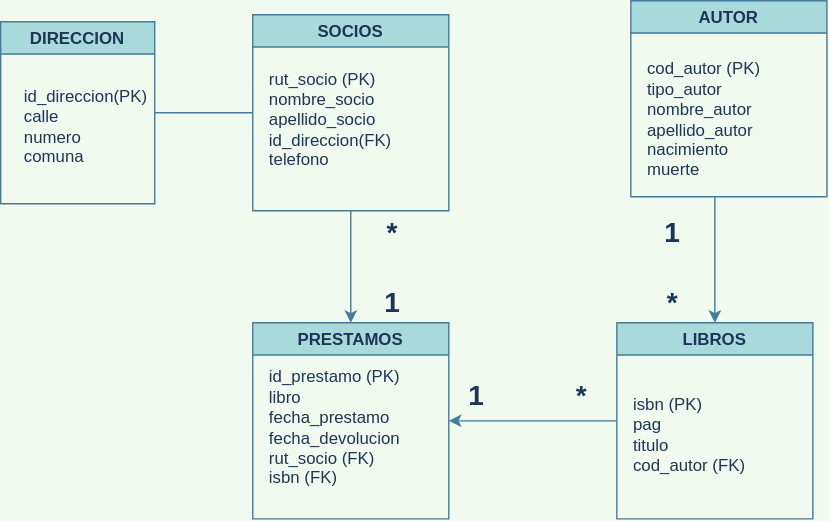
Earlier version of the draw.io export Modelo_Logico_02.svg (latiscool/BD_Bilbioteca_LTG). Source tidied: cells renumbered, new cells last; positions are measured from the earlier drawing's top-left corner, leaving out a move shared by most shapes.
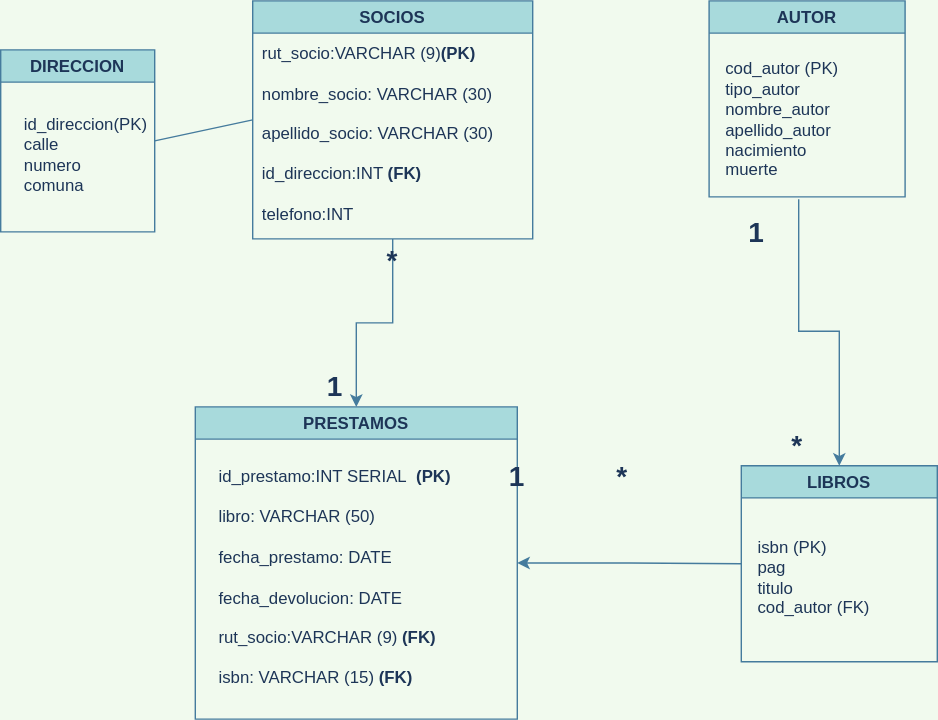
Above is the later version.

Change to the diagram source:
```diff
@@ -6,36 +6,34 @@
       <mxGeometry relative="1" as="geometry" />
     </mxCell>
     <mxCell id="3" value="SOCIOS" style="swimlane;fillColor=#A8DADC;strokeColor=#457B9D;fontColor=#1D3557;" parent="1" vertex="1">
-      <mxGeometry x="180" y="10" width="140" height="140" as="geometry" />
+      <mxGeometry x="180" y="-20" width="200" height="170" as="geometry" />
     </mxCell>
-    <mxCell id="4" value="&lt;blockquote style=&quot;margin: 0 0 0 40px ; border: none ; padding: 0px&quot;&gt;&lt;/blockquote&gt;&lt;span&gt;rut_socio (PK)&lt;/span&gt;&lt;br&gt;&lt;blockquote style=&quot;margin: 0 0 0 40px ; border: none ; padding: 0px&quot;&gt;&lt;/blockquote&gt;&lt;span&gt;nombre_socio&lt;/span&gt;&lt;br&gt;&lt;blockquote style=&quot;margin: 0 0 0 40px ; border: none ; padding: 0px&quot;&gt;&lt;/blockquote&gt;&lt;span&gt;apellido_socio&lt;/span&gt;&lt;br&gt;&lt;blockquote style=&quot;margin: 0 0 0 40px ; border: none ; padding: 0px&quot;&gt;&lt;/blockquote&gt;&lt;span&gt;id_direccion(FK)&lt;/span&gt;&lt;br&gt;&lt;span&gt;telefono&lt;/span&gt;" style="text;html=1;strokeColor=none;fillColor=none;align=left;verticalAlign=middle;whiteSpace=wrap;rounded=0;fontColor=#1D3557;" parent="3" vertex="1">
-      <mxGeometry x="10" y="20" width="120" height="110" as="geometry" />
+    <mxCell id="4" value="&lt;blockquote style=&quot;margin: 0 0 0 40px ; border: none ; padding: 0px&quot;&gt;&lt;/blockquote&gt;rut_socio:VARCHAR (9)&lt;b&gt;(PK)&lt;br&gt;&lt;br&gt;&lt;/b&gt;nombre_socio: VARCHAR (30)&lt;br&gt;&lt;br&gt;&lt;blockquote style=&quot;margin: 0 0 0 40px ; border: none ; padding: 0px&quot;&gt;&lt;/blockquote&gt;apellido_socio:&amp;nbsp;VARCHAR (30)&lt;br&gt;&lt;blockquote style=&quot;margin: 0 0 0 40px ; border: none ; padding: 0px&quot;&gt;&lt;/blockquote&gt;&lt;br&gt;id_direccion:INT &lt;b&gt;(FK)&lt;br&gt;&lt;/b&gt;&lt;br&gt;telefono:INT" style="text;html=1;strokeColor=none;fillColor=none;align=left;verticalAlign=middle;whiteSpace=wrap;rounded=0;fontColor=#1D3557;" parent="3" vertex="1">
+      <mxGeometry x="5" y="30" width="185" height="130" as="geometry" />
     </mxCell>
     <mxCell id="5" style="edgeStyle=orthogonalEdgeStyle;rounded=0;jettySize=auto;html=1;labelBackgroundColor=#F1FAEE;strokeColor=#457B9D;fontColor=#1D3557;endArrow=none;endFill=0;startArrow=classic;startFill=1;" parent="1" edge="1" source="6" target="10">
       <mxGeometry relative="1" as="geometry" />
     </mxCell>
     <mxCell id="6" value="PRESTAMOS" style="swimlane;startSize=23;fillColor=#A8DADC;strokeColor=#457B9D;fontColor=#1D3557;" parent="1" vertex="1">
-      <mxGeometry x="180" y="230" width="140" height="140" as="geometry" />
+      <mxGeometry x="139" y="270" width="230" height="223" as="geometry" />
     </mxCell>
     <mxCell id="7" value="&lt;font style=&quot;font-size: 20px;&quot;&gt;&lt;b style=&quot;font-size: 20px;&quot;&gt;1&lt;/b&gt;&lt;/font&gt;" style="text;html=1;strokeColor=none;fillColor=none;align=center;verticalAlign=middle;whiteSpace=wrap;rounded=0;fontSize=20;fontColor=#1D3557;" parent="6" vertex="1">
       <mxGeometry x="70" y="-30" width="60" height="30" as="geometry" />
     </mxCell>
-    <mxCell id="8" value="&lt;blockquote style=&quot;margin: 0 0 0 40px ; border: none ; padding: 0px&quot;&gt;&lt;/blockquote&gt;id_prestamo (PK)&lt;br&gt;libro&lt;br&gt;fecha_prestamo&lt;br&gt;fecha_devolucion&lt;br&gt;rut_socio (FK)&lt;br&gt;isbn (FK)" style="text;html=1;strokeColor=none;fillColor=none;align=left;verticalAlign=middle;whiteSpace=wrap;rounded=0;fontColor=#1D3557;" parent="6" vertex="1">
-      <mxGeometry x="10" y="20" width="130" height="110" as="geometry" />
+    <mxCell id="8" value="&lt;blockquote style=&quot;margin: 0 0 0 40px ; border: none ; padding: 0px&quot;&gt;&lt;/blockquote&gt;id_prestamo:INT SERIAL&amp;nbsp; &lt;b&gt;(PK)&lt;/b&gt;&lt;br&gt;&lt;br&gt;libro: VARCHAR (50)&lt;br&gt;&lt;br&gt;fecha_prestamo: DATE&lt;br&gt;&lt;br&gt;fecha_devolucion: DATE&lt;br&gt;&lt;br&gt;rut_socio:VARCHAR (9)&amp;nbsp;&lt;b&gt;(FK)&lt;/b&gt;&lt;br&gt;&amp;nbsp;&lt;br&gt;isbn: VARCHAR (15)&amp;nbsp;&lt;b&gt;(FK)&lt;/b&gt;" style="text;html=1;strokeColor=none;fillColor=none;align=left;verticalAlign=middle;whiteSpace=wrap;rounded=0;fontColor=#1D3557;" parent="6" vertex="1">
+      <mxGeometry x="15" y="30" width="200" height="183" as="geometry" />
     </mxCell>
-    <mxCell id="9" style="edgeStyle=orthogonalEdgeStyle;rounded=0;jettySize=auto;html=1;labelBackgroundColor=#F1FAEE;strokeColor=#457B9D;fontColor=#1D3557;exitX=0.5;exitY=1;exitDx=0;exitDy=0;entryX=0.5;entryY=0;entryDx=0;entryDy=0;" parent="1" edge="1" target="10">
-      <mxGeometry relative="1" as="geometry">
-        <mxPoint x="510" y="140" as="sourcePoint" />
-      </mxGeometry>
+    <mxCell id="9" style="edgeStyle=orthogonalEdgeStyle;rounded=0;jettySize=auto;html=1;labelBackgroundColor=#F1FAEE;strokeColor=#457B9D;fontColor=#1D3557;exitX=0.45;exitY=1.016;exitDx=0;exitDy=0;entryX=0.5;entryY=0;entryDx=0;entryDy=0;exitPerimeter=0;" parent="1" edge="1" source="13" target="10">
+      <mxGeometry relative="1" as="geometry" />
     </mxCell>
     <mxCell id="10" value="LIBROS" style="swimlane;startSize=23;fillColor=#A8DADC;strokeColor=#457B9D;fontColor=#1D3557;" parent="1" vertex="1">
-      <mxGeometry x="440" y="230" width="140" height="140" as="geometry" />
+      <mxGeometry x="529" y="312" width="140" height="140" as="geometry" />
     </mxCell>
     <mxCell id="11" value="&lt;div&gt;&lt;span&gt;isbn (PK)&lt;/span&gt;&lt;/div&gt;&lt;div&gt;&lt;span&gt;pag&lt;/span&gt;&lt;/div&gt;&lt;div&gt;&lt;span&gt;titulo&lt;/span&gt;&lt;/div&gt;&lt;div&gt;&lt;span&gt;cod_autor (FK)&lt;/span&gt;&lt;/div&gt;" style="text;html=1;strokeColor=none;fillColor=none;align=left;verticalAlign=middle;whiteSpace=wrap;rounded=0;sketch=0;fontColor=#1D3557;" parent="10" vertex="1">
       <mxGeometry x="10" y="30" width="110" height="100" as="geometry" />
     </mxCell>
     <mxCell id="12" value="AUTOR" style="swimlane;fillColor=#A8DADC;strokeColor=#457B9D;fontColor=#1D3557;" parent="1" vertex="1">
-      <mxGeometry x="450" width="140" height="140" as="geometry" />
+      <mxGeometry x="506" y="-20" width="140" height="140" as="geometry" />
     </mxCell>
     <mxCell id="13" value="cod_autor (PK)&lt;br&gt;tipo_autor&lt;br&gt;nombre_autor&lt;br&gt;apellido_autor&lt;br&gt;nacimiento&lt;br&gt;muerte" style="text;html=1;strokeColor=none;fillColor=none;align=left;verticalAlign=middle;whiteSpace=wrap;rounded=0;sketch=0;fontColor=#1D3557;" parent="12" vertex="1">
       <mxGeometry x="10" y="30" width="120" height="110" as="geometry" />
@@ -44,16 +42,16 @@
       <mxGeometry x="250" y="150" width="60" height="30" as="geometry" />
     </mxCell>
     <mxCell id="15" value="&lt;font style=&quot;font-size: 20px;&quot;&gt;&lt;b style=&quot;font-size: 20px;&quot;&gt;1&lt;/b&gt;&lt;/font&gt;" style="text;html=1;strokeColor=none;fillColor=none;align=center;verticalAlign=middle;whiteSpace=wrap;rounded=0;fontSize=20;fontColor=#1D3557;" parent="1" vertex="1">
-      <mxGeometry x="310" y="266" width="60" height="30" as="geometry" />
+      <mxGeometry x="339" y="304" width="60" height="30" as="geometry" />
     </mxCell>
     <mxCell id="16" value="&lt;font style=&quot;font-size: 20px&quot;&gt;&lt;b style=&quot;font-size: 20px&quot;&gt;*&lt;/b&gt;&lt;/font&gt;" style="text;html=1;strokeColor=none;fillColor=none;align=center;verticalAlign=middle;whiteSpace=wrap;rounded=0;fontSize=20;fontColor=#1D3557;" parent="1" vertex="1">
-      <mxGeometry x="390" y="266" width="50" height="30" as="geometry" />
+      <mxGeometry x="419" y="304" width="50" height="30" as="geometry" />
     </mxCell>
     <mxCell id="17" value="&lt;font style=&quot;font-size: 20px;&quot;&gt;&lt;b style=&quot;font-size: 20px;&quot;&gt;1&lt;/b&gt;&lt;/font&gt;" style="text;html=1;strokeColor=none;fillColor=none;align=center;verticalAlign=middle;whiteSpace=wrap;rounded=0;fontSize=20;fontColor=#1D3557;" parent="1" vertex="1">
-      <mxGeometry x="450" y="150" width="60" height="30" as="geometry" />
+      <mxGeometry x="510" y="130" width="60" height="30" as="geometry" />
     </mxCell>
     <mxCell id="18" value="&lt;font style=&quot;font-size: 20px&quot;&gt;&lt;b style=&quot;font-size: 20px&quot;&gt;*&lt;/b&gt;&lt;/font&gt;" style="text;html=1;strokeColor=none;fillColor=none;align=center;verticalAlign=middle;whiteSpace=wrap;rounded=0;fontSize=20;fontColor=#1D3557;" parent="1" vertex="1">
-      <mxGeometry x="450" y="200" width="60" height="30" as="geometry" />
+      <mxGeometry x="539" y="282" width="60" height="30" as="geometry" />
     </mxCell>
     <mxCell id="19" value="DIRECCION" style="swimlane;rounded=0;sketch=0;fontColor=#1D3557;strokeColor=#457B9D;fillColor=#A8DADC;" parent="1" vertex="1">
       <mxGeometry y="15" width="110" height="130" as="geometry" />
```
